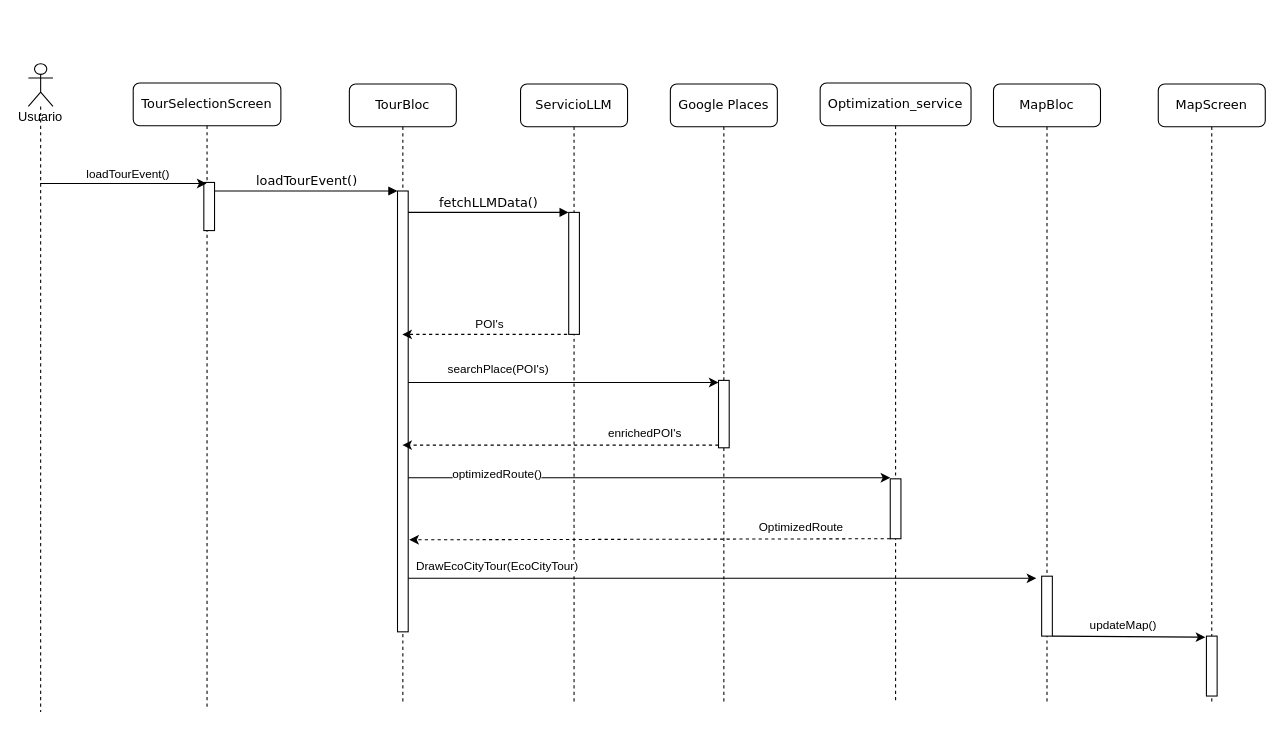
This is project-docs/memoriaTFGII_FPisot/diagrams/secuence.drawio from fps1001/TFGII_FPisot, a draw.io file, before an edit. Source tidied: cells renumbered, new cells numbered last; positions are measured from the earlier drawing's top-left corner, leaving out a move shared by most shapes. Both pictures are drawn from the tidied source at 107%, with x=0, y=0 at pixel (28, 63).
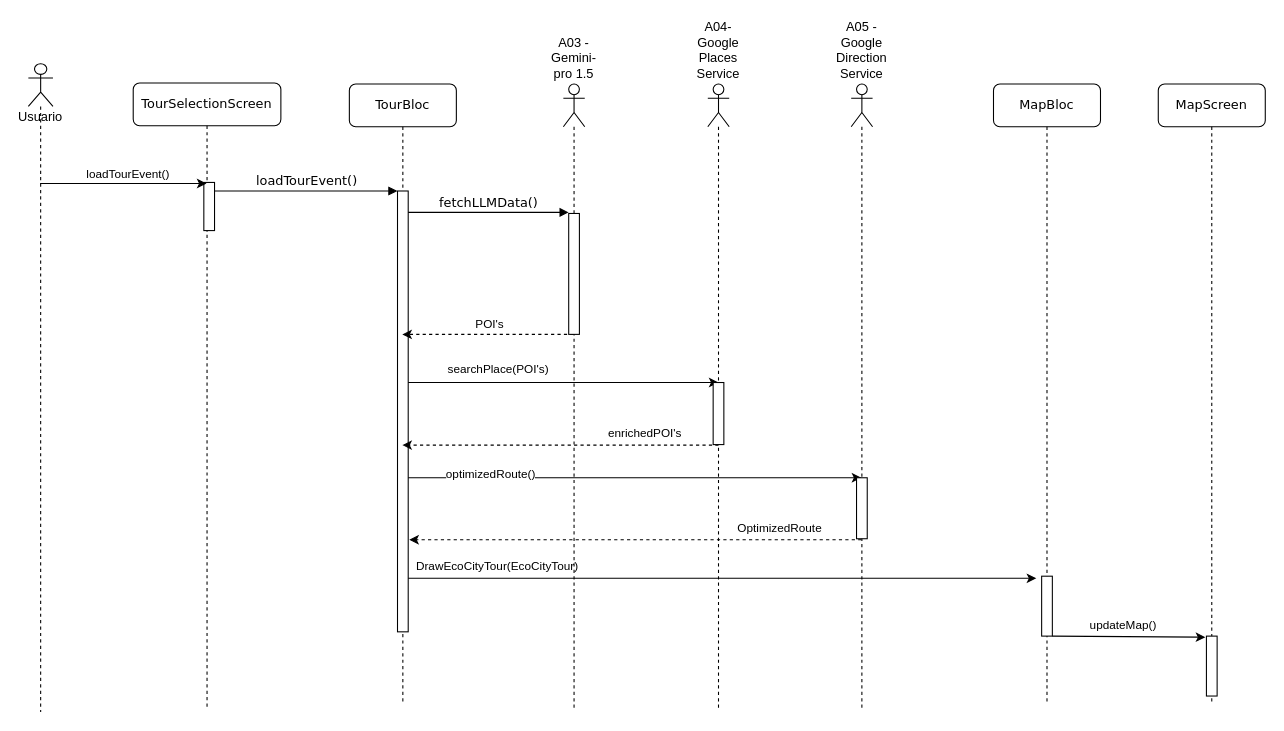
Above is the later version.

Commit message (it also covers changes not shown here):
#71 Faltan nuevos diagramas, revisar textos y documentar BLoC.

The change refers to these unchanged cells:
```xml
<mxCell id="3" style="html=1;points=[];perimeter=orthogonalPerimeter;rounded=0;shadow=0;comic=0;labelBackgroundColor=none;strokeWidth=1;fontFamily=Verdana;fontSize=12;align=center;" parent="2" vertex="1">
  <mxGeometry x="45" y="100" width="10" height="412" as="geometry" />
</mxCell>
```

Change to the diagram source:
```diff
@@
-    <mxCell id="6" value="ServicioLLM" style="shape=umlLifeline;perimeter=lifelinePerimeter;whiteSpace=wrap;html=1;rounded=1;shadow=0;comic=0;labelBackgroundColor=none;strokeWidth=1;fontFamily=Verdana;fontSize=12;align=center;" parent="1" vertex="1">
-      <mxGeometry x="460" y="19" width="100" height="580" as="geometry" />
-    </mxCell>
-    <mxCell id="7" style="html=1;points=[];perimeter=orthogonalPerimeter;rounded=0;shadow=0;comic=0;labelBackgroundColor=none;strokeWidth=1;fontFamily=Verdana;fontSize=12;align=center;" parent="6" vertex="1">
-      <mxGeometry x="45" y="120" width="10" height="114" as="geometry" />
-    </mxCell>
-    <mxCell id="8" value="Google Places" style="shape=umlLifeline;perimeter=lifelinePerimeter;whiteSpace=wrap;html=1;rounded=1;shadow=0;comic=0;labelBackgroundColor=none;strokeWidth=1;fontFamily=Verdana;fontSize=12;align=center;" parent="1" vertex="1">
-      <mxGeometry x="600" y="19" width="100" height="580" as="geometry" />
-    </mxCell>
-    <mxCell id="9" style="html=1;perimeter=orthogonalPerimeter;rounded=0;shadow=0;comic=0;labelBackgroundColor=none;strokeWidth=1;fontFamily=Verdana;fontSize=12;align=center;" parent="8" vertex="1">
-      <mxGeometry x="45" y="277" width="10" height="63" as="geometry" />
-    </mxCell>
-    <mxCell id="10" value="Optimization_service" style="shape=umlLifeline;perimeter=lifelinePerimeter;whiteSpace=wrap;html=1;rounded=1;shadow=0;comic=0;labelBackgroundColor=none;strokeWidth=1;fontFamily=Verdana;fontSize=12;align=center;" parent="1" vertex="1">
-      <mxGeometry x="740" y="18" width="141" height="579" as="geometry" />
-    </mxCell>
-    <mxCell id="11" style="html=1;points=[];perimeter=orthogonalPerimeter;rounded=0;shadow=0;comic=0;labelBackgroundColor=none;strokeWidth=1;fontFamily=Verdana;fontSize=12;align=center;" parent="10" vertex="1">
-      <mxGeometry x="65.5" y="370" width="10" height="56" as="geometry" />
-    </mxCell>
@@
-    <mxCell id="19" value="fetchLLMData()" style="html=1;verticalAlign=bottom;endArrow=block;entryX=0;entryY=0;labelBackgroundColor=none;fontFamily=Verdana;fontSize=12;edgeStyle=elbowEdgeStyle;elbow=vertical;" parent="1" edge="1" source="3" target="7">
-      <mxGeometry relative="1" as="geometry" />
+    <mxCell id="19" value="fetchLLMData()" style="html=1;verticalAlign=bottom;endArrow=block;entryX=0;entryY=0;labelBackgroundColor=none;fontFamily=Verdana;fontSize=12;edgeStyle=elbowEdgeStyle;elbow=vertical;" parent="1" edge="1" source="3">
+      <mxGeometry relative="1" as="geometry">
+        <mxPoint x="505" y="139" as="targetPoint" />
+      </mxGeometry>
     </mxCell>
@@
-    <mxCell id="27" style="edgeStyle=none;html=1;" parent="1" edge="1">
+    <mxCell id="27" style="edgeStyle=none;html=1;" parent="1" edge="1" target="39">
       <mxGeometry relative="1" as="geometry">
         <mxPoint x="355" y="387" as="sourcePoint" />
-        <mxPoint x="805.5" y="387" as="targetPoint" />
       </mxGeometry>
     </mxCell>
@@
-    <mxCell id="29" style="edgeStyle=none;html=1;dashed=1;" parent="1" edge="1" source="11">
+    <mxCell id="29" style="edgeStyle=none;html=1;dashed=1;" parent="1" edge="1" source="39">
       <mxGeometry relative="1" as="geometry">
         <mxPoint x="356" y="445" as="targetPoint" />
       </mxGeometry>
     </mxCell>
@@
+    <mxCell id="35" value="A03 - Gemini-pro 1.5" style="shape=umlLifeline;participant=umlActor;perimeter=lifelinePerimeter;whiteSpace=wrap;html=1;verticalAlign=bottom;spacingTop=36;labelPosition=center;verticalLabelPosition=top;align=center;" parent="1" vertex="1">
+      <mxGeometry x="500" y="19" width="20" height="583" as="geometry" />
+    </mxCell>
+    <mxCell id="36" style="html=1;perimeter=orthogonalPerimeter;rounded=0;shadow=0;comic=0;labelBackgroundColor=none;strokeWidth=1;fontFamily=Verdana;fontSize=12;align=center;" parent="35" vertex="1">
+      <mxGeometry x="5" y="121" width="10" height="113" as="geometry" />
+    </mxCell>
+    <mxCell id="37" value="A04- Google Places Service" style="shape=umlLifeline;participant=umlActor;perimeter=lifelinePerimeter;whiteSpace=wrap;html=1;verticalAlign=bottom;spacingTop=36;labelPosition=center;verticalLabelPosition=top;align=center;" parent="1" vertex="1">
+      <mxGeometry x="635" y="19" width="20" height="583" as="geometry" />
+    </mxCell>
+    <mxCell id="38" style="html=1;perimeter=orthogonalPerimeter;rounded=0;shadow=0;comic=0;labelBackgroundColor=none;strokeWidth=1;fontFamily=Verdana;fontSize=12;align=center;" parent="37" vertex="1">
+      <mxGeometry x="5" y="279" width="10" height="58" as="geometry" />
+    </mxCell>
+    <mxCell id="39" value="A05 - Google Direction Service" style="shape=umlLifeline;participant=umlActor;perimeter=lifelinePerimeter;whiteSpace=wrap;html=1;verticalAlign=bottom;spacingTop=36;outlineConnect=0;labelPosition=center;verticalLabelPosition=top;align=center;" parent="1" vertex="1">
+      <mxGeometry x="769" y="19" width="20" height="583" as="geometry" />
+    </mxCell>
+    <mxCell id="40" style="html=1;perimeter=orthogonalPerimeter;rounded=0;shadow=0;comic=0;labelBackgroundColor=none;strokeWidth=1;fontFamily=Verdana;fontSize=12;align=center;" parent="39" vertex="1">
+      <mxGeometry x="5" y="368" width="10" height="57" as="geometry" />
+    </mxCell>
```
